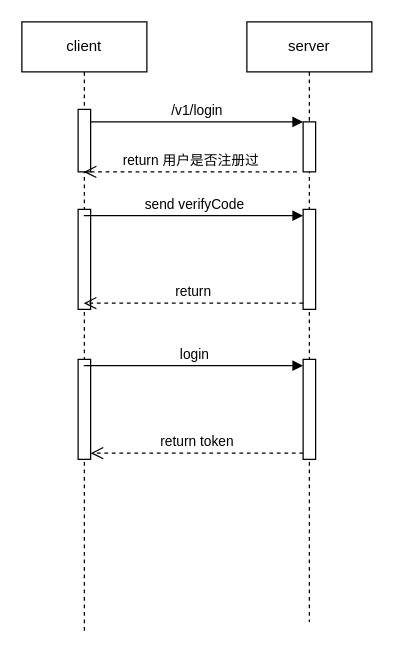
Earlier version of the draw.io diagram login.drawio (yuyang199226/drawio). Source tidied: cells renumbered, new cells numbered last; positions are measured from the earlier drawing's top-left corner, leaving out a move shared by most shapes. Both pictures are drawn from the tidied source at 125%, with x=0, y=0 at pixel (21, 21).
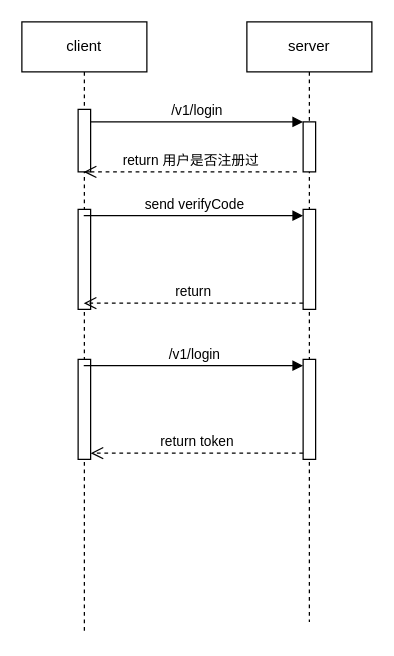
The same page after the edit.

The edit, as a diff of the source:
```diff
@@
 <mxGraphModel>
   <root>
     <mxCell id="0" />
     <mxCell id="1" parent="0" />
     <mxCell id="2" value="client" style="shape=umlLifeline;perimeter=lifelinePerimeter;whiteSpace=wrap;html=1;outlineConnect=0;portConstraint=eastwest;newEdgeStyle={&quot;edgeStyle&quot;:&quot;elbowEdgeStyle&quot;,&quot;elbow&quot;:&quot;vertical&quot;,&quot;curved&quot;:0,&quot;rounded&quot;:0};" parent="1" vertex="1">
       <mxGeometry width="100" height="490" as="geometry" />
     </mxCell>
     <mxCell id="3" style="html=1;points=[];perimeter=orthogonalPerimeter;outlineConnect=0;targetShapes=umlLifeline;portConstraint=eastwest;newEdgeStyle={&quot;edgeStyle&quot;:&quot;elbowEdgeStyle&quot;,&quot;elbow&quot;:&quot;vertical&quot;,&quot;curved&quot;:0,&quot;rounded&quot;:0};" parent="2" vertex="1">
       <mxGeometry x="45" y="70" width="10" height="50" as="geometry" />
     </mxCell>
     <mxCell id="4" style="html=1;perimeter=orthogonalPerimeter;targetShapes=umlLifeline;newEdgeStyle={&quot;curved&quot;:0,&quot;rounded&quot;:0};" parent="2" vertex="1">
       <mxGeometry x="45" y="150" width="10" height="80" as="geometry" />
     </mxCell>
     <mxCell id="5" style="html=1;points=[[0,0,0,0,5],[0,1,0,0,-5],[1,0,0,0,5],[1,1,0,0,-5]];perimeter=orthogonalPerimeter;outlineConnect=0;targetShapes=umlLifeline;portConstraint=eastwest;newEdgeStyle={&quot;curved&quot;:0,&quot;rounded&quot;:0};" parent="2" vertex="1">
       <mxGeometry x="45" y="270" width="10" height="80" as="geometry" />
     </mxCell>
     <mxCell id="6" value="server" style="shape=umlLifeline;perimeter=lifelinePerimeter;whiteSpace=wrap;html=1;newEdgeStyle={&quot;edgeStyle&quot;:&quot;elbowEdgeStyle&quot;,&quot;elbow&quot;:&quot;vertical&quot;,&quot;curved&quot;:0,&quot;rounded&quot;:0};" parent="1" vertex="1">
       <mxGeometry x="180" width="100" height="480" as="geometry" />
     </mxCell>
     <mxCell id="7" style="html=1;points=[];perimeter=orthogonalPerimeter;outlineConnect=0;targetShapes=umlLifeline;portConstraint=eastwest;newEdgeStyle={&quot;edgeStyle&quot;:&quot;elbowEdgeStyle&quot;,&quot;elbow&quot;:&quot;vertical&quot;,&quot;curved&quot;:0,&quot;rounded&quot;:0};" parent="6" vertex="1">
       <mxGeometry x="45" y="80" width="10" height="40" as="geometry" />
     </mxCell>
     <mxCell id="8" style="html=1;points=[[0,0,0,0,5],[0,1,0,0,-5],[1,0,0,0,5],[1,1,0,0,-5]];perimeter=orthogonalPerimeter;outlineConnect=0;targetShapes=umlLifeline;portConstraint=eastwest;newEdgeStyle={&quot;curved&quot;:0,&quot;rounded&quot;:0};" parent="6" vertex="1">
       <mxGeometry x="45" y="150" width="10" height="80" as="geometry" />
     </mxCell>
     <mxCell id="9" style="html=1;points=[[0,0,0,0,5],[0,1,0,0,-5],[1,0,0,0,5],[1,1,0,0,-5]];perimeter=orthogonalPerimeter;outlineConnect=0;targetShapes=umlLifeline;portConstraint=eastwest;newEdgeStyle={&quot;curved&quot;:0,&quot;rounded&quot;:0};" parent="6" vertex="1">
       <mxGeometry x="45" y="270" width="10" height="80" as="geometry" />
     </mxCell>
     <mxCell id="10" value="/v1/login" style="html=1;verticalAlign=bottom;endArrow=block;edgeStyle=elbowEdgeStyle;elbow=horizontal;curved=0;rounded=0;" parent="1" edge="1" source="3" target="7">
       <mxGeometry relative="1" as="geometry">
         <Array as="points">
           <mxPoint x="140" y="80" />
         </Array>
       </mxGeometry>
     </mxCell>
     <mxCell id="11" value="return 用户是否注册过" style="html=1;verticalAlign=bottom;endArrow=open;dashed=1;endSize=8;curved=0;rounded=0;" parent="1" edge="1" target="2">
       <mxGeometry relative="1" as="geometry">
         <mxPoint x="220" y="120" as="sourcePoint" />
       </mxGeometry>
     </mxCell>
     <mxCell id="12" value="send verifyCode" style="html=1;verticalAlign=bottom;endArrow=block;curved=0;rounded=0;entryX=0;entryY=0;entryDx=0;entryDy=5;" parent="1" edge="1" source="2" target="8">
       <mxGeometry relative="1" as="geometry" />
     </mxCell>
     <mxCell id="13" value="return" style="html=1;verticalAlign=bottom;endArrow=open;dashed=1;endSize=8;curved=0;rounded=0;exitX=0;exitY=1;exitDx=0;exitDy=-5;" parent="1" edge="1" source="8" target="2">
       <mxGeometry relative="1" as="geometry" />
     </mxCell>
-    <mxCell id="14" value="login" style="html=1;verticalAlign=bottom;endArrow=block;curved=0;rounded=0;entryX=0;entryY=0;entryDx=0;entryDy=5;" parent="1" edge="1" source="2" target="9">
+    <mxCell id="14" value="/v1/login" style="html=1;verticalAlign=bottom;endArrow=block;curved=0;rounded=0;entryX=0;entryY=0;entryDx=0;entryDy=5;" parent="1" edge="1" source="2" target="9">
       <mxGeometry relative="1" as="geometry" />
     </mxCell>
     <mxCell id="15" value="return token" style="html=1;verticalAlign=bottom;endArrow=open;dashed=1;endSize=8;curved=0;rounded=0;exitX=0;exitY=1;exitDx=0;exitDy=-5;entryX=1;entryY=1;entryDx=0;entryDy=-5;entryPerimeter=0;" parent="1" edge="1" source="9" target="5">
       <mxGeometry relative="1" as="geometry" />
     </mxCell>
   </root>
 </mxGraphModel>
```
